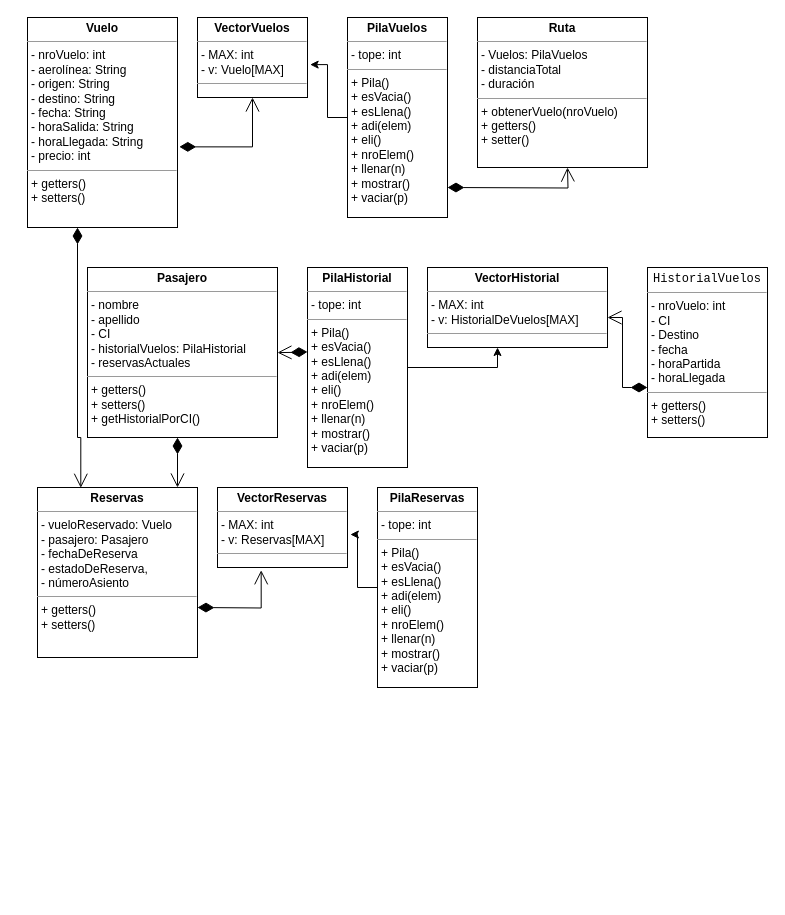
freddyvelarde/clock-app keeps this draw.io diagram as page "Page-1" (1 of 2) of inf121.drawio. Above is the earlier version. Source tidied: cells renumbered, new cells numbered last; positions are measured from the earlier drawing's top-left corner, leaving out a move shared by most shapes. Both pictures are drawn from the tidied source at 100%, with x=0, y=0 at pixel (27, 17).
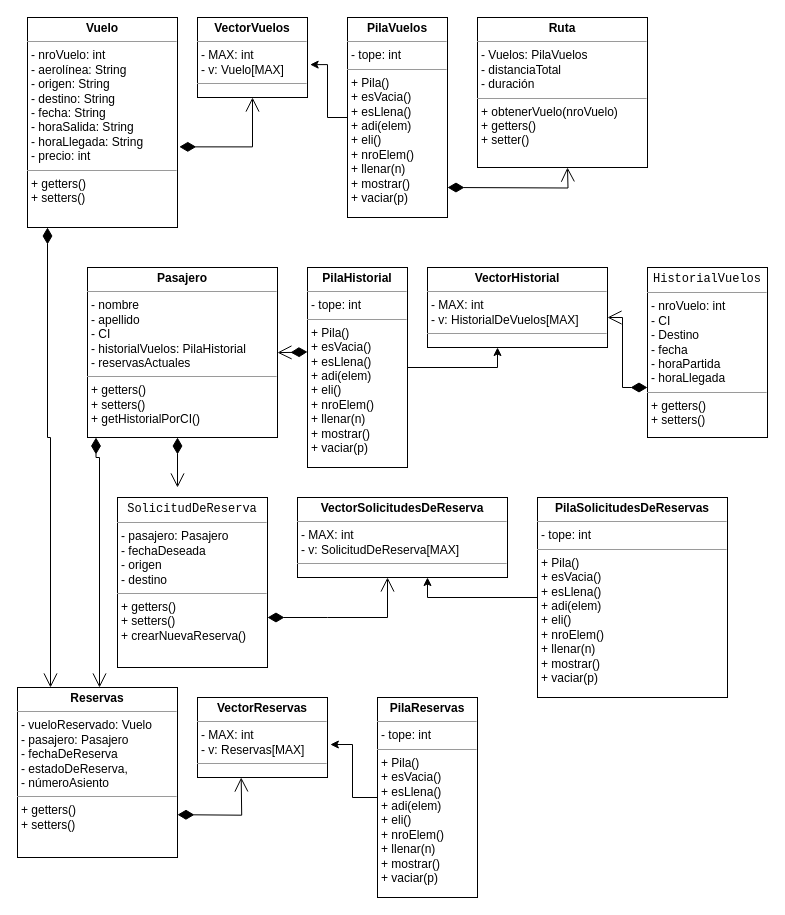
The same page after the edit.

The edit, as a diff of the source:
```diff
@@
     <mxCell id="3" value="&lt;p style=&quot;margin:0px;margin-top:4px;text-align:center;&quot;&gt;&lt;b&gt;Reservas&lt;/b&gt;&lt;br&gt;&lt;/p&gt;&lt;hr size=&quot;1&quot;&gt;&lt;p style=&quot;margin:0px;margin-left:4px;&quot;&gt;- vueloReservado: Vuelo &lt;br&gt;&lt;/p&gt;&lt;p style=&quot;margin:0px;margin-left:4px;&quot;&gt;- pasajero: Pasajero&lt;br&gt;&lt;/p&gt;&lt;p style=&quot;margin:0px;margin-left:4px;&quot;&gt;- fechaDeReserva&lt;/p&gt;&lt;p style=&quot;margin:0px;margin-left:4px;&quot;&gt;- estadoDeReserva,&amp;nbsp;&lt;/p&gt;&lt;p style=&quot;margin:0px;margin-left:4px;&quot;&gt;- númeroAsiento&lt;/p&gt;&lt;hr size=&quot;1&quot;&gt;&lt;p style=&quot;margin:0px;margin-left:4px;&quot;&gt;+ getters()&lt;br&gt;+ setters()&lt;br&gt;&lt;/p&gt;&lt;p style=&quot;margin:0px;margin-left:4px;&quot;&gt;&lt;br&gt;&lt;/p&gt;&lt;p style=&quot;margin:0px;margin-left:4px;&quot;&gt;&lt;br&gt;&lt;/p&gt;&lt;p style=&quot;margin:0px;margin-left:4px;&quot;&gt;&lt;br&gt;&lt;/p&gt;&lt;p style=&quot;margin:0px;margin-left:4px;&quot;&gt;&lt;br&gt;&lt;/p&gt;" style="verticalAlign=top;align=left;overflow=fill;fontSize=12;fontFamily=Helvetica;html=1;whiteSpace=wrap;" parent="1" vertex="1">
-      <mxGeometry x="10" y="470" width="160" height="170" as="geometry" />
+      <mxGeometry x="-10" y="670" width="160" height="170" as="geometry" />
     </mxCell>
@@
-    <mxCell id="9" style="endArrow=open;html=1;endSize=12;startArrow=diamondThin;startSize=14;startFill=1;edgeStyle=orthogonalEdgeStyle;align=left;verticalAlign=bottom;rounded=0;entryX=0.333;entryY=0.002;entryDx=0;entryDy=0;entryPerimeter=0;" parent="1" edge="1">
+    <mxCell id="9" style="endArrow=open;html=1;endSize=12;startArrow=diamondThin;startSize=14;startFill=1;edgeStyle=orthogonalEdgeStyle;align=left;verticalAlign=bottom;rounded=0;" parent="1" edge="1">
       <mxGeometry x="-1" y="3" relative="1" as="geometry">
-        <mxPoint x="50" y="210" as="sourcePoint" />
-        <mxPoint x="53.3" y="470.3" as="targetPoint" />
+        <mxPoint x="20" y="210" as="sourcePoint" />
+        <mxPoint x="23" y="670" as="targetPoint" />
         <Array as="points">
-          <mxPoint x="50" y="420" />
-          <mxPoint x="53" y="420" />
+          <mxPoint x="20" y="420" />
+          <mxPoint x="23" y="420" />
         </Array>
       </mxGeometry>
     </mxCell>
@@
     <mxCell id="13" value="&lt;p style=&quot;margin:0px;margin-top:4px;text-align:center;&quot;&gt;&lt;b&gt;VectorReservas&lt;/b&gt;&lt;br&gt;&lt;/p&gt;&lt;hr size=&quot;1&quot;&gt;&lt;p style=&quot;margin:0px;margin-left:4px;&quot;&gt;- MAX: int&lt;/p&gt;&lt;p style=&quot;margin:0px;margin-left:4px;&quot;&gt;- v: Reservas[MAX]&lt;br&gt;&lt;/p&gt;&lt;hr size=&quot;1&quot;&gt;&lt;p style=&quot;margin:0px;margin-left:4px;&quot;&gt;&lt;br&gt;&lt;/p&gt;&lt;p style=&quot;margin:0px;margin-left:4px;&quot;&gt;&lt;br&gt;&lt;/p&gt;&lt;p style=&quot;margin:0px;margin-left:4px;&quot;&gt;&lt;br&gt;&lt;/p&gt;&lt;p style=&quot;margin:0px;margin-left:4px;&quot;&gt;&lt;br&gt;&lt;/p&gt;&lt;p style=&quot;margin:0px;margin-left:4px;&quot;&gt;&lt;br&gt;&lt;/p&gt;" style="verticalAlign=top;align=left;overflow=fill;fontSize=12;fontFamily=Helvetica;html=1;whiteSpace=wrap;" parent="1" vertex="1">
-      <mxGeometry x="190" y="470" width="130" height="80" as="geometry" />
+      <mxGeometry x="170" y="680" width="130" height="80" as="geometry" />
     </mxCell>
@@
     <mxCell id="15" value="&lt;p style=&quot;margin:0px;margin-top:4px;text-align:center;&quot;&gt;&lt;b&gt;PilaReservas&lt;/b&gt;&lt;br&gt;&lt;/p&gt;&lt;hr size=&quot;1&quot;&gt;&lt;p style=&quot;margin:0px;margin-left:4px;&quot;&gt;- tope: int&lt;br&gt;&lt;/p&gt;&lt;hr size=&quot;1&quot;&gt;&lt;p style=&quot;margin:0px;margin-left:4px;&quot;&gt;+ Pila()&lt;br&gt;+ esVacia()&lt;br&gt;+ esLlena()&lt;br&gt;+ adi(elem)&lt;br&gt;+ eli()&lt;br&gt;+ nroElem()&lt;br&gt;+ llenar(n)&lt;br&gt;+ mostrar()&lt;br&gt;+ vaciar(p)&lt;br&gt;&lt;/p&gt;&lt;p style=&quot;margin:0px;margin-left:4px;&quot;&gt;&lt;br&gt;&lt;/p&gt;&lt;p style=&quot;margin:0px;margin-left:4px;&quot;&gt;&lt;br&gt;&lt;/p&gt;&lt;p style=&quot;margin:0px;margin-left:4px;&quot;&gt;&lt;br&gt;&lt;/p&gt;" style="verticalAlign=top;align=left;overflow=fill;fontSize=12;fontFamily=Helvetica;html=1;whiteSpace=wrap;" parent="1" vertex="1">
-      <mxGeometry x="350" y="470" width="100" height="200" as="geometry" />
+      <mxGeometry x="350" y="680" width="100" height="200" as="geometry" />
     </mxCell>
-    <mxCell id="16" style="endArrow=open;html=1;endSize=12;startArrow=diamondThin;startSize=14;startFill=1;edgeStyle=orthogonalEdgeStyle;align=left;verticalAlign=bottom;rounded=0;entryX=0.336;entryY=1.035;entryDx=0;entryDy=0;entryPerimeter=0;" parent="1" edge="1" target="13">
+    <mxCell id="16" style="endArrow=open;html=1;endSize=12;startArrow=diamondThin;startSize=14;startFill=1;edgeStyle=orthogonalEdgeStyle;align=left;verticalAlign=bottom;rounded=0;entryX=0.336;entryY=1.035;entryDx=0;entryDy=0;entryPerimeter=0;" parent="1" edge="1">
       <mxGeometry x="-1" y="3" relative="1" as="geometry">
-        <mxPoint x="170" y="590" as="sourcePoint" />
+        <mxPoint x="150" y="797.2" as="sourcePoint" />
+        <mxPoint x="213.7" y="760" as="targetPoint" />
       </mxGeometry>
     </mxCell>
@@
+    <mxCell id="23" value="&lt;p style=&quot;margin:0px;margin-top:4px;text-align:center;&quot;&gt;&lt;code&gt;SolicitudDeReserva&lt;/code&gt;&lt;/p&gt;&lt;hr size=&quot;1&quot;&gt;&lt;p style=&quot;margin:0px;margin-left:4px;&quot;&gt;- pasajero: Pasajero&lt;br&gt;&lt;/p&gt;&lt;p style=&quot;margin:0px;margin-left:4px;&quot;&gt;- fechaDeseada&lt;/p&gt;&lt;p style=&quot;margin:0px;margin-left:4px;&quot;&gt;- origen&lt;/p&gt;&lt;p style=&quot;margin:0px;margin-left:4px;&quot;&gt;- destino&lt;/p&gt;&lt;hr size=&quot;1&quot;&gt;&lt;p style=&quot;margin:0px;margin-left:4px;&quot;&gt;+ getters()&lt;br&gt;+ setters()&lt;/p&gt;&lt;p style=&quot;margin:0px;margin-left:4px;&quot;&gt;+ crearNuevaReserva()&lt;br&gt;&lt;/p&gt;&lt;p style=&quot;margin:0px;margin-left:4px;&quot;&gt;&lt;br&gt;&lt;/p&gt;&lt;p style=&quot;margin:0px;margin-left:4px;&quot;&gt;&lt;br&gt;&lt;/p&gt;&lt;p style=&quot;margin:0px;margin-left:4px;&quot;&gt;&lt;br&gt;&lt;/p&gt;&lt;p style=&quot;margin:0px;margin-left:4px;&quot;&gt;&lt;br&gt;&lt;/p&gt;" style="verticalAlign=top;align=left;overflow=fill;fontSize=12;fontFamily=Helvetica;html=1;whiteSpace=wrap;" parent="1" vertex="1">
+      <mxGeometry x="90" y="480" width="150" height="170" as="geometry" />
+    </mxCell>
+    <mxCell id="24" style="endArrow=open;html=1;endSize=12;startArrow=diamondThin;startSize=14;startFill=1;edgeStyle=orthogonalEdgeStyle;align=left;verticalAlign=bottom;rounded=0;" parent="1" edge="1">
+      <mxGeometry x="-1" y="3" relative="1" as="geometry">
+        <mxPoint x="68.5" y="420" as="sourcePoint" />
+        <mxPoint x="72" y="670" as="targetPoint" />
+        <Array as="points">
+          <mxPoint x="68.5" y="440" />
+          <mxPoint x="71.5" y="440" />
+        </Array>
+      </mxGeometry>
+    </mxCell>
+    <mxCell id="25" value="&lt;p style=&quot;margin:0px;margin-top:4px;text-align:center;&quot;&gt;&lt;b&gt;VectorSolicitudesDeReserva&lt;/b&gt;&lt;br&gt;&lt;/p&gt;&lt;hr size=&quot;1&quot;&gt;&lt;p style=&quot;margin:0px;margin-left:4px;&quot;&gt;- MAX: int&lt;/p&gt;&lt;p style=&quot;margin:0px;margin-left:4px;&quot;&gt;- v: SolicitudDeReserva[MAX]&lt;br&gt;&lt;/p&gt;&lt;hr size=&quot;1&quot;&gt;&lt;p style=&quot;margin:0px;margin-left:4px;&quot;&gt;&lt;br&gt;&lt;/p&gt;&lt;p style=&quot;margin:0px;margin-left:4px;&quot;&gt;&lt;br&gt;&lt;/p&gt;&lt;p style=&quot;margin:0px;margin-left:4px;&quot;&gt;&lt;br&gt;&lt;/p&gt;&lt;p style=&quot;margin:0px;margin-left:4px;&quot;&gt;&lt;br&gt;&lt;/p&gt;&lt;p style=&quot;margin:0px;margin-left:4px;&quot;&gt;&lt;br&gt;&lt;/p&gt;" style="verticalAlign=top;align=left;overflow=fill;fontSize=12;fontFamily=Helvetica;html=1;whiteSpace=wrap;" parent="1" vertex="1">
+      <mxGeometry x="270" y="480" width="210" height="80" as="geometry" />
+    </mxCell>
+    <mxCell id="26" style="edgeStyle=orthogonalEdgeStyle;rounded=0;jettySize=auto;html=1;entryX=0.619;entryY=1;entryDx=0;entryDy=0;entryPerimeter=0;" parent="1" edge="1" source="27" target="25">
+      <mxGeometry relative="1" as="geometry" />
+    </mxCell>
+    <mxCell id="27" value="&lt;p style=&quot;margin:0px;margin-top:4px;text-align:center;&quot;&gt;&lt;b&gt;PilaSolicitudesDeReservas&lt;/b&gt;&lt;br&gt;&lt;/p&gt;&lt;hr size=&quot;1&quot;&gt;&lt;p style=&quot;margin:0px;margin-left:4px;&quot;&gt;- tope: int&lt;br&gt;&lt;/p&gt;&lt;hr size=&quot;1&quot;&gt;&lt;p style=&quot;margin:0px;margin-left:4px;&quot;&gt;+ Pila()&lt;br&gt;+ esVacia()&lt;br&gt;+ esLlena()&lt;br&gt;+ adi(elem)&lt;br&gt;+ eli()&lt;br&gt;+ nroElem()&lt;br&gt;+ llenar(n)&lt;br&gt;+ mostrar()&lt;br&gt;+ vaciar(p)&lt;br&gt;&lt;/p&gt;&lt;p style=&quot;margin:0px;margin-left:4px;&quot;&gt;&lt;br&gt;&lt;/p&gt;&lt;p style=&quot;margin:0px;margin-left:4px;&quot;&gt;&lt;br&gt;&lt;/p&gt;&lt;p style=&quot;margin:0px;margin-left:4px;&quot;&gt;&lt;br&gt;&lt;/p&gt;" style="verticalAlign=top;align=left;overflow=fill;fontSize=12;fontFamily=Helvetica;html=1;whiteSpace=wrap;" parent="1" vertex="1">
+      <mxGeometry x="510" y="480" width="190" height="200" as="geometry" />
+    </mxCell>
+    <mxCell id="28" style="endArrow=open;html=1;endSize=12;startArrow=diamondThin;startSize=14;startFill=1;edgeStyle=orthogonalEdgeStyle;align=left;verticalAlign=bottom;rounded=0;" parent="1" edge="1">
+      <mxGeometry x="-1" y="3" relative="1" as="geometry">
+        <mxPoint x="240" y="600" as="sourcePoint" />
+        <mxPoint x="360" y="560" as="targetPoint" />
+        <Array as="points">
+          <mxPoint x="300" y="600" />
+          <mxPoint x="300" y="600" />
+        </Array>
+      </mxGeometry>
+    </mxCell>
```
